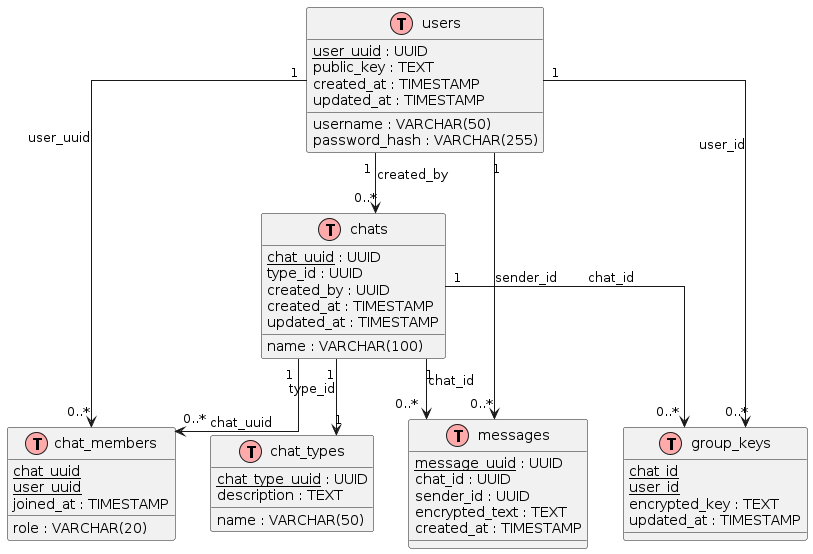
Earlier version of the PlantUML export docs/db.png (sbilibin2017/bil-message).
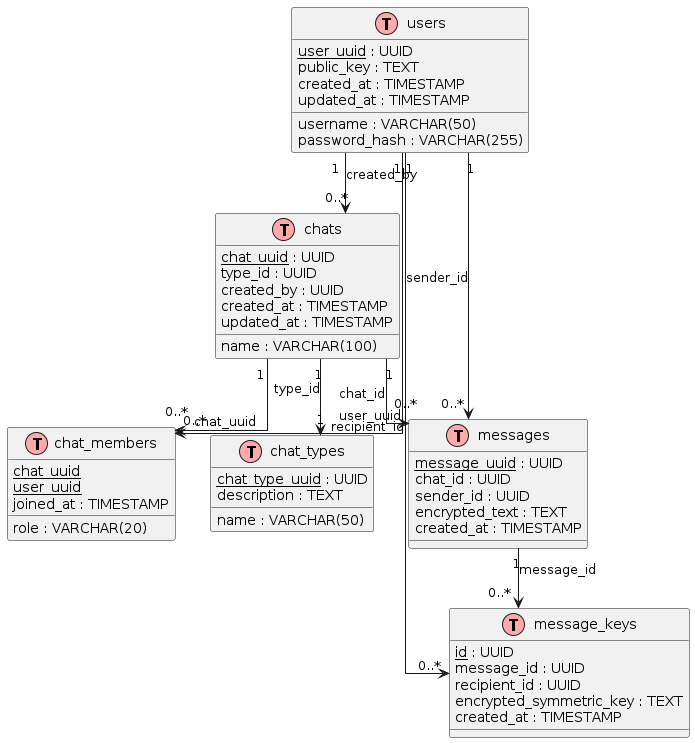
Later version of the same file.

Change to the diagram source:
```diff
@@ -42,21 +42,23 @@
     created_at : TIMESTAMP
 }
 
-table(group_keys) {
-    <u>chat_id</u>
-    <u>user_id</u>
-    encrypted_key : TEXT
-    updated_at : TIMESTAMP
+table(message_keys) {
+    <u>id</u> : UUID
+    message_id : UUID
+    recipient_id : UUID
+    encrypted_symmetric_key : TEXT
+    created_at : TIMESTAMP
 }
 
 users "1" -down-> "0..*" chats : created_by
 users "1" -down-> "0..*" chat_members : user_uuid
 users "1" -down-> "0..*" messages : sender_id
-users "1" -down-> "0..*" group_keys : user_id
+users "1" -down-> "0..*" message_keys : recipient_id
 
 chats "1" -down-> "0..*" chat_members : chat_uuid
 chats "1" -down-> "0..*" messages : chat_id
-chats "1" -down-> "0..*" group_keys : chat_id
 chats "1" -down-> "1" chat_types : type_id
 
+messages "1" -down-> "0..*" message_keys : message_id
+
 @enduml
```
